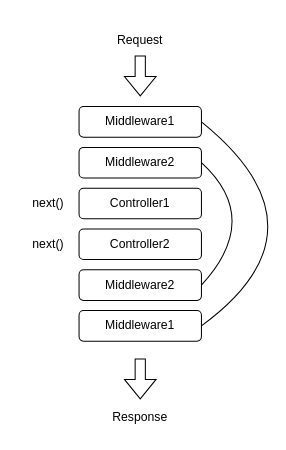
The draw.io diagram draw/middleware.drawio in calidan-x/summer-site, before the edit. Source tidied: cells renumbered, new cells numbered last; positions are measured from the earlier drawing's top-left corner, leaving out a move shared by most shapes. Both pictures are drawn from the tidied source at 102%, with x=0, y=0 at pixel (17, 24).
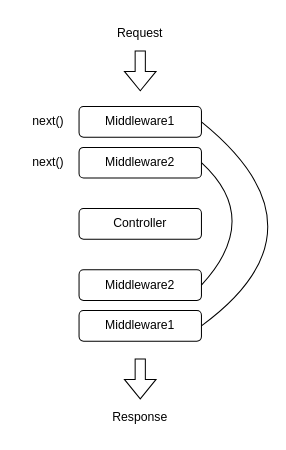
After the change.

Change to the diagram source:
```diff
@@
-    <mxCell id="2" value="Controller1" style="rounded=1;whiteSpace=wrap;html=1;" parent="1" vertex="1">
-      <mxGeometry x="60" y="160" width="120" height="30" as="geometry" />
+    <mxCell id="2" value="Controller" style="rounded=1;whiteSpace=wrap;html=1;" parent="1" vertex="1">
+      <mxGeometry x="60" y="180" width="120" height="30" as="geometry" />
     </mxCell>
-    <mxCell id="3" value="Controller2" style="rounded=1;whiteSpace=wrap;html=1;" parent="1" vertex="1">
-      <mxGeometry x="60" y="200" width="120" height="30" as="geometry" />
-    </mxCell>
@@
     <mxCell id="8" value="Request" style="text;html=1;strokeColor=none;fillColor=none;align=center;verticalAlign=middle;whiteSpace=wrap;rounded=0;" parent="1" vertex="1">
-      <mxGeometry x="90" width="60" height="30" as="geometry" />
+      <mxGeometry x="90" y="-7" width="60" height="30" as="geometry" />
     </mxCell>
-    <mxCell id="9" style="shape=flexArrow;endArrow=classic;html=1;rounded=0;exitX=0.5;exitY=1;exitDx=0;exitDy=0;" parent="1" edge="1" source="8">
+    <mxCell id="9" style="shape=flexArrow;endArrow=classic;html=1;rounded=0;exitX=0.5;exitY=1;exitDx=0;exitDy=0;" parent="1" edge="1">
       <mxGeometry relative="1" as="geometry">
-        <mxPoint x="120" y="70" as="targetPoint" />
+        <mxPoint x="120" y="25" as="sourcePoint" />
+        <mxPoint x="120" y="65" as="targetPoint" />
       </mxGeometry>
     </mxCell>
@@
     <mxCell id="14" value="next()" style="text;html=1;strokeColor=none;fillColor=none;align=center;verticalAlign=middle;whiteSpace=wrap;rounded=0;" parent="1" vertex="1">
-      <mxGeometry y="160" width="60" height="30" as="geometry" />
+      <mxGeometry y="120" width="60" height="30" as="geometry" />
     </mxCell>
     <mxCell id="15" value="next()" style="text;html=1;strokeColor=none;fillColor=none;align=center;verticalAlign=middle;whiteSpace=wrap;rounded=0;" parent="1" vertex="1">
-      <mxGeometry y="200" width="60" height="30" as="geometry" />
+      <mxGeometry y="80" width="60" height="30" as="geometry" />
     </mxCell>
```
